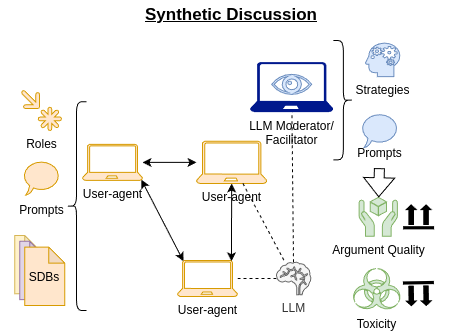
dimits-ts/synthetic_moderation_experiments keeps this draw.io diagram as manuscript/resources/research_goal.png. Above is the earlier version. Source tidied: cells renumbered, new cells last; positions are measured from the earlier drawing's top-left corner, leaving out a move shared by most shapes.
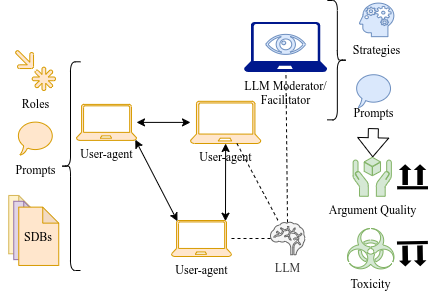
Later version of the same file.

Commit message:
use correct font in research goals

Change to the diagram source:
```diff
@@ -2,106 +2,103 @@
   <root>
     <mxCell id="0" />
     <mxCell id="1" parent="0" />
-    <mxCell id="2" style="endArrow=classic;startArrow=classic;html=1;rounded=0;entryX=0.1;entryY=0.02;entryDx=0;entryDy=0;entryPerimeter=0;exitX=0.98;exitY=0.98;exitDx=0;exitDy=0;exitPerimeter=0;" parent="1" edge="1" source="5" target="6">
+    <mxCell id="2" style="endArrow=classic;startArrow=classic;html=1;rounded=0;entryX=0.1;entryY=0.02;entryDx=0;entryDy=0;entryPerimeter=0;exitX=0.98;exitY=0.98;exitDx=0;exitDy=0;exitPerimeter=0;fontFamily=Times New Roman;" parent="1" edge="1" source="5" target="6">
       <mxGeometry relative="1" as="geometry" />
     </mxCell>
-    <mxCell id="3" value="&lt;b&gt;&lt;u&gt;&lt;font style=&quot;font-size: 17px;&quot;&gt;Synthetic Discussion&lt;/font&gt;&lt;/u&gt;&lt;/b&gt;" style="text;html=1;align=center;verticalAlign=middle;whiteSpace=wrap;rounded=0;" parent="1" vertex="1">
-      <mxGeometry x="0.2" width="464" height="30" as="geometry" />
-    </mxCell>
-    <mxCell id="4" style="endArrow=classic;startArrow=classic;html=1;rounded=0;exitX=0.9;exitY=0.02;exitDx=0;exitDy=0;exitPerimeter=0;" parent="1" edge="1" source="6" target="13">
+    <mxCell id="4" style="endArrow=classic;startArrow=classic;html=1;rounded=0;exitX=0.9;exitY=0.02;exitDx=0;exitDy=0;exitPerimeter=0;fontFamily=Times New Roman;" parent="1" edge="1" source="6" target="13">
       <mxGeometry relative="1" as="geometry" />
     </mxCell>
-    <mxCell id="5" value="User-agent" style="sketch=0;shadow=0;dashed=0;html=1;strokeColor=#d79b00;labelPosition=center;verticalLabelPosition=bottom;verticalAlign=top;align=center;fillColor=#ffe6cc;shape=mxgraph.azure.laptop;" parent="1" vertex="1">
+    <mxCell id="5" value="User-agent" style="sketch=0;shadow=0;dashed=0;html=1;strokeColor=#d79b00;labelPosition=center;verticalLabelPosition=bottom;verticalAlign=top;align=center;fillColor=#ffe6cc;shape=mxgraph.azure.laptop;fontFamily=Times New Roman;" parent="1" vertex="1">
       <mxGeometry x="83" y="143.9" width="60" height="36" as="geometry" />
     </mxCell>
-    <mxCell id="6" value="User-agent" style="sketch=0;shadow=0;dashed=0;html=1;strokeColor=#d79b00;labelPosition=center;verticalLabelPosition=bottom;verticalAlign=top;align=center;fillColor=#ffe6cc;shape=mxgraph.azure.laptop;" parent="1" vertex="1">
+    <mxCell id="6" value="User-agent" style="sketch=0;shadow=0;dashed=0;html=1;strokeColor=#d79b00;labelPosition=center;verticalLabelPosition=bottom;verticalAlign=top;align=center;fillColor=#ffe6cc;shape=mxgraph.azure.laptop;fontFamily=Times New Roman;" parent="1" vertex="1">
       <mxGeometry x="178" y="260" width="60" height="36" as="geometry" />
     </mxCell>
-    <mxCell id="7" style="shape=mxgraph.signs.safety.store_right_up_1;html=1;fillColor=#000000;strokeColor=none;verticalLabelPosition=bottom;verticalAlign=top;align=center;sketch=0;rotation=-181;" parent="1" vertex="1">
+    <mxCell id="7" style="shape=mxgraph.signs.safety.store_right_up_1;html=1;fillColor=#000000;strokeColor=none;verticalLabelPosition=bottom;verticalAlign=top;align=center;sketch=0;rotation=-181;fontFamily=Times New Roman;" parent="1" vertex="1">
       <mxGeometry x="403.7" y="280.6" width="30.9" height="25.2" as="geometry" />
     </mxCell>
-    <mxCell id="8" value="Toxicity" style="shape=mxgraph.signs.safety.biohazard;html=1;fillColor=#d5e8d4;strokeColor=#82b366;verticalLabelPosition=bottom;verticalAlign=top;align=center;sketch=0;" parent="1" vertex="1">
+    <mxCell id="8" value="Toxicity" style="shape=mxgraph.signs.safety.biohazard;html=1;fillColor=#d5e8d4;strokeColor=#82b366;verticalLabelPosition=bottom;verticalAlign=top;align=center;sketch=0;fontFamily=Times New Roman;" parent="1" vertex="1">
       <mxGeometry x="352.3" y="268.1" width="49.8" height="41.9" as="geometry" />
     </mxCell>
-    <mxCell id="9" value="Argument Quality" style="shape=mxgraph.signs.safety.handle_with_care;html=1;fillColor=#d5e8d4;strokeColor=#82b366;verticalLabelPosition=bottom;verticalAlign=top;align=center;sketch=0;" parent="1" vertex="1">
+    <mxCell id="9" value="Argument Quality" style="shape=mxgraph.signs.safety.handle_with_care;html=1;fillColor=#d5e8d4;strokeColor=#82b366;verticalLabelPosition=bottom;verticalAlign=top;align=center;sketch=0;fontFamily=Times New Roman;" parent="1" vertex="1">
       <mxGeometry x="359.6" y="196.8" width="38.2" height="39" as="geometry" />
     </mxCell>
-    <mxCell id="10" style="shape=mxgraph.signs.safety.store_right_up_1;html=1;fillColor=#000000;strokeColor=none;verticalLabelPosition=bottom;verticalAlign=top;align=center;sketch=0;rotation=0;" parent="1" vertex="1">
+    <mxCell id="10" style="shape=mxgraph.signs.safety.store_right_up_1;html=1;fillColor=#000000;strokeColor=none;verticalLabelPosition=bottom;verticalAlign=top;align=center;sketch=0;rotation=0;fontFamily=Times New Roman;" parent="1" vertex="1">
       <mxGeometry x="403.7" y="203.7" width="30.9" height="25.2" as="geometry" />
     </mxCell>
-    <mxCell id="11" value="Strategies" style="shape=mxgraph.signs.healthcare.mental_health;html=1;fillColor=#dae8fc;strokeColor=#6c8ebf;verticalLabelPosition=bottom;verticalAlign=top;align=center;sketch=0;" parent="1" vertex="1">
+    <mxCell id="11" value="Strategies" style="shape=mxgraph.signs.healthcare.mental_health;html=1;fillColor=#dae8fc;strokeColor=#6c8ebf;verticalLabelPosition=bottom;verticalAlign=top;align=center;sketch=0;fontFamily=Times New Roman;" parent="1" vertex="1">
       <mxGeometry x="366" y="42.6" width="34.4" height="33.5" as="geometry" />
     </mxCell>
-    <mxCell id="12" value="LLM" style="shape=mxgraph.signs.healthcare.brain;html=1;fillColor=#f5f5f5;strokeColor=#666666;verticalLabelPosition=bottom;verticalAlign=top;align=center;sketch=0;fontColor=#333333;" parent="1" vertex="1">
+    <mxCell id="12" value="LLM" style="shape=mxgraph.signs.healthcare.brain;html=1;fillColor=#f5f5f5;strokeColor=#666666;verticalLabelPosition=bottom;verticalAlign=top;align=center;sketch=0;fontColor=#333333;fontFamily=Times New Roman;" parent="1" vertex="1">
       <mxGeometry x="277" y="261.8" width="34.4" height="32.5" as="geometry" />
     </mxCell>
-    <mxCell id="13" value="User-agent" style="sketch=0;shadow=0;dashed=0;html=1;strokeColor=#d79b00;labelPosition=center;verticalLabelPosition=bottom;verticalAlign=top;align=center;fillColor=#ffe6cc;shape=mxgraph.azure.laptop;" parent="1" vertex="1">
+    <mxCell id="13" value="User-agent" style="sketch=0;shadow=0;dashed=0;html=1;strokeColor=#d79b00;labelPosition=center;verticalLabelPosition=bottom;verticalAlign=top;align=center;fillColor=#ffe6cc;shape=mxgraph.azure.laptop;fontFamily=Times New Roman;" parent="1" vertex="1">
       <mxGeometry x="197" y="140.8" width="70.3" height="42.2" as="geometry" />
     </mxCell>
-    <mxCell id="14" style="group;" parent="1" vertex="1">
+    <mxCell id="14" style="group;fontFamily=Times New Roman;" parent="1" vertex="1">
       <mxGeometry x="250.5" y="61.6" width="83.3" height="50" as="geometry" />
     </mxCell>
-    <mxCell id="15" value="LLM Moderator/&lt;div&gt;Facilitator&lt;/div&gt;" style="sketch=0;shadow=0;dashed=0;html=1;strokeColor=none;labelPosition=center;verticalLabelPosition=bottom;verticalAlign=top;align=center;fillColor=#00188D;shape=mxgraph.azure.laptop;" parent="14" vertex="1">
+    <mxCell id="15" value="LLM Moderator/&lt;div&gt;Facilitator&lt;/div&gt;" style="sketch=0;shadow=0;dashed=0;html=1;strokeColor=none;labelPosition=center;verticalLabelPosition=bottom;verticalAlign=top;align=center;fillColor=#00188D;shape=mxgraph.azure.laptop;fontFamily=Times New Roman;" parent="14" vertex="1">
       <mxGeometry width="83.3" height="50" as="geometry" />
     </mxCell>
-    <mxCell id="16" style="shape=mxgraph.signs.healthcare.eye;html=1;fillColor=#dae8fc;strokeColor=#6c8ebf;verticalLabelPosition=bottom;verticalAlign=top;align=center;sketch=0;" parent="14" vertex="1">
+    <mxCell id="16" style="shape=mxgraph.signs.healthcare.eye;html=1;fillColor=#dae8fc;strokeColor=#6c8ebf;verticalLabelPosition=bottom;verticalAlign=top;align=center;sketch=0;fontFamily=Times New Roman;" parent="14" vertex="1">
       <mxGeometry x="21.7" y="12.3" width="40" height="20" as="geometry" />
     </mxCell>
-    <mxCell id="17" style="endArrow=classic;startArrow=classic;html=1;rounded=0;" parent="1" edge="1" source="5" target="13">
+    <mxCell id="17" style="endArrow=classic;startArrow=classic;html=1;rounded=0;fontFamily=Times New Roman;" parent="1" edge="1" source="5" target="13">
       <mxGeometry relative="1" as="geometry" />
     </mxCell>
-    <mxCell id="18" style="endArrow=none;dashed=1;html=1;rounded=0;" parent="1" edge="1" source="13" target="12">
+    <mxCell id="18" style="endArrow=none;dashed=1;html=1;rounded=0;fontFamily=Times New Roman;" parent="1" edge="1" source="13" target="12">
       <mxGeometry relative="1" as="geometry" />
     </mxCell>
-    <mxCell id="19" style="endArrow=none;dashed=1;html=1;rounded=0;" parent="1" edge="1" source="6" target="12">
+    <mxCell id="19" style="endArrow=none;dashed=1;html=1;rounded=0;fontFamily=Times New Roman;" parent="1" edge="1" source="6" target="12">
       <mxGeometry relative="1" as="geometry" />
     </mxCell>
-    <mxCell id="20" style="endArrow=none;dashed=1;html=1;rounded=0;" parent="1" edge="1" source="12" target="15">
+    <mxCell id="20" style="endArrow=none;dashed=1;html=1;rounded=0;fontFamily=Times New Roman;" parent="1" edge="1" source="12" target="15">
       <mxGeometry relative="1" as="geometry" />
     </mxCell>
-    <mxCell id="21" style="group;" parent="1" vertex="1">
+    <mxCell id="21" style="group;fontFamily=Times New Roman;" parent="1" vertex="1">
       <mxGeometry x="345.2" y="112.6" width="70" height="55" as="geometry" />
     </mxCell>
-    <mxCell id="22" style="whiteSpace=wrap;html=1;shape=mxgraph.basic.oval_callout;fillColor=#dae8fc;strokeColor=#6c8ebf;" parent="21" vertex="1">
+    <mxCell id="22" style="whiteSpace=wrap;html=1;shape=mxgraph.basic.oval_callout;fillColor=#dae8fc;strokeColor=#6c8ebf;fontFamily=Times New Roman;" parent="21" vertex="1">
       <mxGeometry x="16.1" width="37.8" height="34.6" as="geometry" />
     </mxCell>
-    <mxCell id="23" value="Prompts" style="text;html=1;align=center;verticalAlign=middle;points=[];" parent="21" vertex="1">
-      <mxGeometry y="25" width="70" height="30" as="geometry" />
+    <mxCell id="23" value="Prompts" style="text;html=1;align=center;verticalAlign=middle;points=[];fontFamily=Times New Roman;" parent="21" vertex="1">
+      <mxGeometry x="5" y="25" width="60" height="30" as="geometry" />
     </mxCell>
-    <mxCell id="24" style="group;" parent="1" vertex="1">
+    <mxCell id="24" style="group;fontFamily=Times New Roman;" parent="1" vertex="1">
       <mxGeometry x="7" y="160" width="70" height="55" as="geometry" />
     </mxCell>
-    <mxCell id="25" style="whiteSpace=wrap;html=1;shape=mxgraph.basic.oval_callout;fillColor=#ffe6cc;strokeColor=#d79b00;" parent="24" vertex="1">
+    <mxCell id="25" style="whiteSpace=wrap;html=1;shape=mxgraph.basic.oval_callout;fillColor=#ffe6cc;strokeColor=#d79b00;fontFamily=Times New Roman;" parent="24" vertex="1">
       <mxGeometry x="16.1" width="37.8" height="34.6" as="geometry" />
     </mxCell>
-    <mxCell id="26" style="group;" parent="1" vertex="1">
+    <mxCell id="26" style="group;fontFamily=Times New Roman;" parent="1" vertex="1">
       <mxGeometry x="15.2" y="235" width="50" height="70" as="geometry" />
     </mxCell>
-    <mxCell id="27" style="shape=note;whiteSpace=wrap;html=1;backgroundOutline=1;darkOpacity=0.05;fillColor=#fff2cc;strokeColor=#d6b656;" parent="26" vertex="1">
+    <mxCell id="27" style="shape=note;whiteSpace=wrap;html=1;backgroundOutline=1;darkOpacity=0.05;fillColor=#fff2cc;strokeColor=#d6b656;fontFamily=Times New Roman;" parent="26" vertex="1">
       <mxGeometry width="40" height="58.3" as="geometry" />
     </mxCell>
-    <mxCell id="28" style="shape=note;whiteSpace=wrap;html=1;backgroundOutline=1;darkOpacity=0.05;fillColor=#e1d5e7;strokeColor=#9673a6;" parent="26" vertex="1">
+    <mxCell id="28" style="shape=note;whiteSpace=wrap;html=1;backgroundOutline=1;darkOpacity=0.05;fillColor=#e1d5e7;strokeColor=#9673a6;fontFamily=Times New Roman;" parent="26" vertex="1">
       <mxGeometry x="5" y="5.8" width="40" height="58.3" as="geometry" />
     </mxCell>
-    <mxCell id="29" style="shape=note;whiteSpace=wrap;html=1;backgroundOutline=1;darkOpacity=0.05;fillColor=#ffe6cc;strokeColor=#d79b00;size=16;" parent="26" vertex="1">
+    <mxCell id="29" style="shape=note;whiteSpace=wrap;html=1;backgroundOutline=1;darkOpacity=0.05;fillColor=#ffe6cc;strokeColor=#d79b00;size=16;fontFamily=Times New Roman;" parent="26" vertex="1">
       <mxGeometry x="10" y="11.7" width="40" height="58.3" as="geometry" />
     </mxCell>
-    <mxCell id="30" value="SDBs" style="text;html=1;align=center;verticalAlign=middle;whiteSpace=wrap;rounded=0;" parent="26" vertex="1">
+    <mxCell id="30" value="SDBs" style="text;html=1;align=center;verticalAlign=middle;whiteSpace=wrap;rounded=0;fontFamily=Times New Roman;" parent="26" vertex="1">
       <mxGeometry x="15" y="33.4" width="30" height="17.5" as="geometry" />
     </mxCell>
-    <mxCell id="31" value="Roles" style="shape=mxgraph.signs.travel.point_of_interest;html=1;fillColor=#ffe6cc;strokeColor=#d79b00;verticalLabelPosition=bottom;verticalAlign=top;align=center;sketch=0;" parent="1" vertex="1">
+    <mxCell id="31" value="Roles" style="shape=mxgraph.signs.travel.point_of_interest;html=1;fillColor=#ffe6cc;strokeColor=#d79b00;verticalLabelPosition=bottom;verticalAlign=top;align=center;sketch=0;fontFamily=Times New Roman;" parent="1" vertex="1">
       <mxGeometry x="22" y="90" width="40" height="40" as="geometry" />
     </mxCell>
-    <mxCell id="32" value="Prompts" style="text;html=1;align=center;verticalAlign=middle;" parent="1" vertex="1">
-      <mxGeometry x="7" y="194.6" width="70" height="30" as="geometry" />
+    <mxCell id="32" value="Prompts" style="text;html=1;align=center;verticalAlign=middle;fontFamily=Times New Roman;" parent="1" vertex="1">
+      <mxGeometry x="12" y="194.6" width="60" height="30" as="geometry" />
     </mxCell>
-    <mxCell id="33" style="shape=curlyBracket;whiteSpace=wrap;html=1;rounded=1;labelPosition=left;verticalLabelPosition=middle;align=right;verticalAlign=middle;" parent="1" vertex="1">
+    <mxCell id="33" style="shape=curlyBracket;whiteSpace=wrap;html=1;rounded=1;labelPosition=left;verticalLabelPosition=middle;align=right;verticalAlign=middle;fontFamily=Times New Roman;" parent="1" vertex="1">
       <mxGeometry x="67" y="101.3" width="20" height="208.7" as="geometry" />
     </mxCell>
-    <mxCell id="34" style="shape=curlyBracket;whiteSpace=wrap;html=1;rounded=1;labelPosition=left;verticalLabelPosition=middle;align=right;verticalAlign=middle;size=0.5;rotation=-180;" parent="1" vertex="1">
+    <mxCell id="34" style="shape=curlyBracket;whiteSpace=wrap;html=1;rounded=1;labelPosition=left;verticalLabelPosition=middle;align=right;verticalAlign=middle;size=0.5;rotation=-180;fontFamily=Times New Roman;" parent="1" vertex="1">
       <mxGeometry x="333.8" y="40" width="20" height="119.3" as="geometry" />
     </mxCell>
-    <mxCell id="35" style="shape=flexArrow;endArrow=classic;html=1;rounded=0;" parent="1" edge="1" source="23" target="9">
+    <mxCell id="35" style="shape=flexArrow;endArrow=classic;html=1;rounded=0;fontFamily=Times New Roman;" parent="1" edge="1" source="23" target="9">
       <mxGeometry relative="1" as="geometry" />
     </mxCell>
   </root>
```
